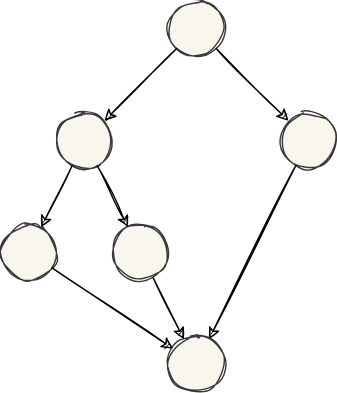
Above: lectures/figures/progress_foo_2.drawio.svg in pintergreg/software-engineering (draw.io), before the change. Source tidied: cells renumbered, new cells last; positions are measured from the earlier drawing's top-left corner, leaving out a move shared by most shapes.
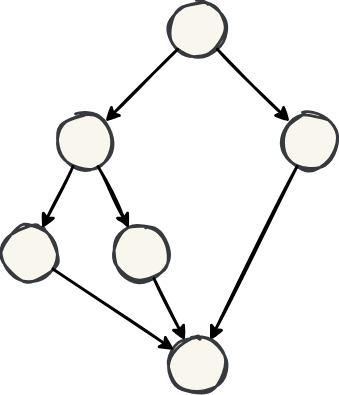
Later version of the same file.

Commit message:
Make lines thicker GH-47

Diff of the diagram source:
```diff
@@ -2,43 +2,43 @@
   <root>
     <mxCell id="0" />
     <mxCell id="1" parent="0" />
-    <mxCell id="2" style="ellipse;whiteSpace=wrap;html=1;sketch=1;curveFitting=1;jiggle=1;fillStyle=solid;fillColor=#f9f7ed;strokeColor=#36393d;" parent="1" vertex="1">
+    <mxCell id="2" style="ellipse;whiteSpace=wrap;html=1;sketch=1;curveFitting=1;jiggle=1;fillStyle=solid;fillColor=#f9f7ed;strokeColor=#36393d;strokeWidth=2;" parent="1" vertex="1">
       <mxGeometry x="120" width="40" height="40" as="geometry" />
     </mxCell>
-    <mxCell id="3" style="ellipse;whiteSpace=wrap;html=1;sketch=1;curveFitting=1;jiggle=1;fillColor=#f9f7ed;strokeColor=#36393d;fillStyle=solid;" parent="1" vertex="1">
+    <mxCell id="3" style="ellipse;whiteSpace=wrap;html=1;sketch=1;curveFitting=1;jiggle=1;fillColor=#f9f7ed;strokeColor=#36393d;fillStyle=solid;strokeWidth=2;" parent="1" vertex="1">
       <mxGeometry x="40" y="80" width="40" height="40" as="geometry" />
     </mxCell>
-    <mxCell id="4" style="ellipse;whiteSpace=wrap;html=1;sketch=1;curveFitting=1;jiggle=1;fillColor=#f9f7ed;strokeColor=#36393d;fillStyle=solid;" parent="1" vertex="1">
+    <mxCell id="4" style="ellipse;whiteSpace=wrap;html=1;sketch=1;curveFitting=1;jiggle=1;fillColor=#f9f7ed;strokeColor=#36393d;fillStyle=solid;strokeWidth=2;" parent="1" vertex="1">
       <mxGeometry x="200" y="80" width="40" height="40" as="geometry" />
     </mxCell>
-    <mxCell id="5" style="endArrow=classic;html=1;rounded=0;sketch=1;curveFitting=1;jiggle=1;" parent="1" edge="1" source="2" target="4">
+    <mxCell id="5" style="endArrow=classic;html=1;rounded=0;sketch=1;curveFitting=1;jiggle=1;strokeWidth=2;" parent="1" edge="1" source="2" target="4">
       <mxGeometry relative="1" as="geometry" />
     </mxCell>
-    <mxCell id="6" style="ellipse;whiteSpace=wrap;html=1;sketch=1;curveFitting=1;jiggle=1;fillColor=#f9f7ed;strokeColor=#36393d;fillStyle=solid;" parent="1" vertex="1">
+    <mxCell id="6" style="ellipse;whiteSpace=wrap;html=1;sketch=1;curveFitting=1;jiggle=1;fillColor=#f9f7ed;strokeColor=#36393d;fillStyle=solid;strokeWidth=2;" parent="1" vertex="1">
       <mxGeometry y="160" width="40" height="40" as="geometry" />
     </mxCell>
-    <mxCell id="7" style="endArrow=classic;html=1;rounded=0;sketch=1;curveFitting=1;jiggle=1;" parent="1" edge="1" source="2" target="3">
+    <mxCell id="7" style="endArrow=classic;html=1;rounded=0;sketch=1;curveFitting=1;jiggle=1;strokeWidth=2;" parent="1" edge="1" source="2" target="3">
       <mxGeometry relative="1" as="geometry" />
     </mxCell>
-    <mxCell id="8" style="ellipse;whiteSpace=wrap;html=1;sketch=1;curveFitting=1;jiggle=1;fillColor=#f9f7ed;strokeColor=#36393d;fillStyle=solid;" parent="1" vertex="1">
+    <mxCell id="8" style="ellipse;whiteSpace=wrap;html=1;sketch=1;curveFitting=1;jiggle=1;fillColor=#f9f7ed;strokeColor=#36393d;fillStyle=solid;strokeWidth=2;" parent="1" vertex="1">
       <mxGeometry x="80" y="160" width="40" height="40" as="geometry" />
     </mxCell>
-    <mxCell id="9" style="endArrow=classic;html=1;rounded=0;sketch=1;curveFitting=1;jiggle=1;" parent="1" edge="1" source="3" target="8">
+    <mxCell id="9" style="endArrow=classic;html=1;rounded=0;sketch=1;curveFitting=1;jiggle=1;strokeWidth=2;" parent="1" edge="1" source="3" target="8">
       <mxGeometry relative="1" as="geometry" />
     </mxCell>
-    <mxCell id="10" style="endArrow=classic;html=1;rounded=0;sketch=1;curveFitting=1;jiggle=1;" parent="1" edge="1" source="3" target="6">
+    <mxCell id="10" style="endArrow=classic;html=1;rounded=0;sketch=1;curveFitting=1;jiggle=1;strokeWidth=2;" parent="1" edge="1" source="3" target="6">
       <mxGeometry relative="1" as="geometry" />
     </mxCell>
-    <mxCell id="11" style="endArrow=classic;html=1;rounded=0;sketch=1;curveFitting=1;jiggle=1;" parent="1" edge="1" source="4" target="12">
+    <mxCell id="11" style="endArrow=classic;html=1;rounded=0;sketch=1;curveFitting=1;jiggle=1;strokeWidth=2;" parent="1" edge="1" source="4" target="12">
       <mxGeometry relative="1" as="geometry" />
     </mxCell>
-    <mxCell id="12" style="ellipse;whiteSpace=wrap;html=1;sketch=1;curveFitting=1;jiggle=1;fillColor=#f9f7ed;strokeColor=#36393d;fillStyle=solid;" parent="1" vertex="1">
+    <mxCell id="12" style="ellipse;whiteSpace=wrap;html=1;sketch=1;curveFitting=1;jiggle=1;fillColor=#f9f7ed;strokeColor=#36393d;fillStyle=solid;strokeWidth=2;" parent="1" vertex="1">
       <mxGeometry x="120" y="240" width="40" height="40" as="geometry" />
     </mxCell>
-    <mxCell id="13" style="endArrow=classic;html=1;rounded=0;sketch=1;curveFitting=1;jiggle=1;" parent="1" edge="1" source="8" target="12">
+    <mxCell id="13" style="endArrow=classic;html=1;rounded=0;sketch=1;curveFitting=1;jiggle=1;strokeWidth=2;" parent="1" edge="1" source="8" target="12">
       <mxGeometry relative="1" as="geometry" />
     </mxCell>
-    <mxCell id="14" style="endArrow=classic;html=1;rounded=0;sketch=1;curveFitting=1;jiggle=1;" parent="1" edge="1" source="6" target="12">
+    <mxCell id="14" style="endArrow=classic;html=1;rounded=0;sketch=1;curveFitting=1;jiggle=1;strokeWidth=2;" parent="1" edge="1" source="6" target="12">
       <mxGeometry relative="1" as="geometry" />
     </mxCell>
   </root>
```
